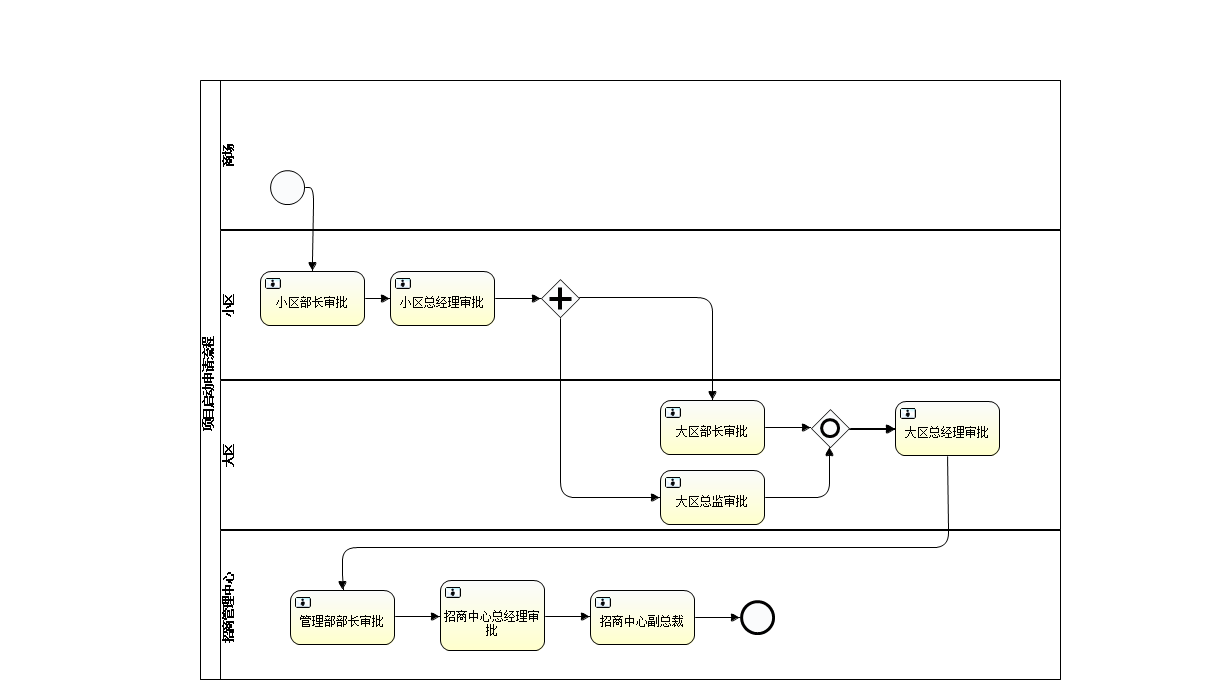
myworld88ggc/MyActivity keeps this BPMN diagram as MCActivity/src/main/resources/diagrams/2018/01/ACT_ZS_ProjectStart.png. Above is the earlier version. Its source is kept beside it as MCActivity/src/main/resources/diagrams/2018/01/ACT_ZS_ProjectStart.bpmn. Ids are renumbered. Its diagram source:
```xml
<definitions xmlns="http://www.omg.org/spec/BPMN/20100524/MODEL" xmlns:xsi="http://www.w3.org/2001/XMLSchema-instance" xmlns:xsd="http://www.w3.org/2001/XMLSchema" xmlns:activiti="http://activiti.org/bpmn" xmlns:bpmndi="http://www.omg.org/spec/BPMN/20100524/DI" xmlns:omgdc="http://www.omg.org/spec/DD/20100524/DC" xmlns:omgdi="http://www.omg.org/spec/DD/20100524/DI" typeLanguage="http://www.w3.org/2001/XMLSchema" expressionLanguage="http://www.w3.org/1999/XPath" targetNamespace="http://www.activiti.org/test">
  <collaboration id="Collaboration">
    <participant id="pool1" name="项目启动申请流程" processRef="process_pool1"></participant>
  </collaboration>
  <process id="process_pool1" name="process_pool1" isExecutable="true">
    <laneSet id="laneSet_process_pool1">
      <lane id="lane1" name="商场">
        <flowNodeRef>startevent1</flowNodeRef>
        <flowNodeRef>parallelgateway1</flowNodeRef>
        <flowNodeRef>parallelgateway1</flowNodeRef>
      </lane>
      <lane id="lane3" name="小区">
        <flowNodeRef>usertask1</flowNodeRef>
        <flowNodeRef>usertask2</flowNodeRef>
      </lane>
      <lane id="lane4" name="大区">
        <flowNodeRef>usertask4</flowNodeRef>
        <flowNodeRef>usertask5</flowNodeRef>
        <flowNodeRef>usertask3</flowNodeRef>
        <flowNodeRef>inclusivegateway1</flowNodeRef>
      </lane>
      <lane id="lane5" name="招商管理中心">
        <flowNodeRef>usertask6</flowNodeRef>
        <flowNodeRef>usertask7</flowNodeRef>
        <flowNodeRef>usertask8</flowNodeRef>
        <flowNodeRef>endevent1</flowNodeRef>
      </lane>
    </laneSet>
    <startEvent id="startevent1" name="发起"></startEvent>
    <sequenceFlow id="flow1" sourceRef="startevent1" targetRef="usertask1"></sequenceFlow>
    <userTask id="usertask1" name="小区部长审批"></userTask>
    <userTask id="usertask2" name="小区总经理审批"></userTask>
    <sequenceFlow id="flow2" sourceRef="usertask1" targetRef="usertask2"></sequenceFlow>
    <sequenceFlow id="flow3" sourceRef="usertask2" targetRef="parallelgateway1"></sequenceFlow>
    <userTask id="usertask3" name="大区部长审批"></userTask>
    <userTask id="usertask4" name="大区总监审批"></userTask>
    <parallelGateway id="parallelgateway1" name="Exclusive Gateway"></parallelGateway>
    <sequenceFlow id="flow4" sourceRef="parallelgateway1" targetRef="usertask3"></sequenceFlow>
    <sequenceFlow id="flow5" sourceRef="parallelgateway1" targetRef="usertask4"></sequenceFlow>
    <sequenceFlow id="flow6" sourceRef="usertask3" targetRef="inclusivegateway1"></sequenceFlow>
    <userTask id="usertask5" name="大区总经理审批"></userTask>
    <sequenceFlow id="flow9" sourceRef="usertask5" targetRef="usertask6"></sequenceFlow>
    <userTask id="usertask6" name="管理部部长审批"></userTask>
    <userTask id="usertask7" name="招商中心总经理审批"></userTask>
    <sequenceFlow id="flow10" sourceRef="usertask6" targetRef="usertask7"></sequenceFlow>
    <userTask id="usertask8" name="招商中心副总裁"></userTask>
    <sequenceFlow id="flow11" sourceRef="usertask7" targetRef="usertask8"></sequenceFlow>
    <endEvent id="endevent1" name="End"></endEvent>
    <sequenceFlow id="flow12" sourceRef="usertask8" targetRef="endevent1"></sequenceFlow>
    <inclusiveGateway id="inclusivegateway1" name="Exclusive Gateway"></inclusiveGateway>
    <sequenceFlow id="flow13" sourceRef="inclusivegateway1" targetRef="usertask5"></sequenceFlow>
  </process>
  <bpmndi:BPMNDiagram id="BPMNDiagram_Collaboration">
    <bpmndi:BPMNPlane bpmnElement="Collaboration" id="BPMNPlane_Collaboration">
      <bpmndi:BPMNShape bpmnElement="pool1" id="BPMNShape_pool1">
        <omgdc:Bounds height="600.0" width="861.0" x="200.0" y="80.0"></omgdc:Bounds>
      </bpmndi:BPMNShape>
      <bpmndi:BPMNShape bpmnElement="lane1" id="BPMNShape_lane1">
        <omgdc:Bounds height="150.0" width="841.0" x="220.0" y="80.0"></omgdc:Bounds>
      </bpmndi:BPMNShape>
      <bpmndi:BPMNShape bpmnElement="lane3" id="BPMNShape_lane3">
        <omgdc:Bounds height="150.0" width="841.0" x="220.0" y="230.0"></omgdc:Bounds>
      </bpmndi:BPMNShape>
      <bpmndi:BPMNShape bpmnElement="lane4" id="BPMNShape_lane4">
        <omgdc:Bounds height="150.0" width="841.0" x="220.0" y="380.0"></omgdc:Bounds>
      </bpmndi:BPMNShape>
      <bpmndi:BPMNShape bpmnElement="lane5" id="BPMNShape_lane5">
        <omgdc:Bounds height="150.0" width="841.0" x="220.0" y="530.0"></omgdc:Bounds>
      </bpmndi:BPMNShape>
      <bpmndi:BPMNShape bpmnElement="startevent1" id="BPMNShape_startevent1">
        <omgdc:Bounds height="35.0" width="35.0" x="270.0" y="170.0"></omgdc:Bounds>
      </bpmndi:BPMNShape>
      <bpmndi:BPMNShape bpmnElement="usertask1" id="BPMNShape_usertask1">
        <omgdc:Bounds height="55.0" width="105.0" x="260.0" y="271.0"></omgdc:Bounds>
      </bpmndi:BPMNShape>
      <bpmndi:BPMNShape bpmnElement="usertask2" id="BPMNShape_usertask2">
        <omgdc:Bounds height="55.0" width="105.0" x="390.0" y="271.0"></omgdc:Bounds>
      </bpmndi:BPMNShape>
      <bpmndi:BPMNShape bpmnElement="usertask3" id="BPMNShape_usertask3">
        <omgdc:Bounds height="55.0" width="105.0" x="660.0" y="400.0"></omgdc:Bounds>
      </bpmndi:BPMNShape>
      <bpmndi:BPMNShape bpmnElement="usertask4" id="BPMNShape_usertask4">
        <omgdc:Bounds height="55.0" width="105.0" x="660.0" y="470.0"></omgdc:Bounds>
      </bpmndi:BPMNShape>
      <bpmndi:BPMNShape bpmnElement="parallelgateway1" id="BPMNShape_parallelgateway1">
        <omgdc:Bounds height="40.0" width="40.0" x="540.0" y="278.0"></omgdc:Bounds>
      </bpmndi:BPMNShape>
      <bpmndi:BPMNShape bpmnElement="usertask5" id="BPMNShape_usertask5">
        <omgdc:Bounds height="55.0" width="105.0" x="895.0" y="401.0"></omgdc:Bounds>
      </bpmndi:BPMNShape>
      <bpmndi:BPMNShape bpmnElement="usertask6" id="BPMNShape_usertask6">
        <omgdc:Bounds height="55.0" width="105.0" x="290.0" y="590.0"></omgdc:Bounds>
      </bpmndi:BPMNShape>
      <bpmndi:BPMNShape bpmnElement="usertask7" id="BPMNShape_usertask7">
        <omgdc:Bounds height="71.0" width="105.0" x="440.0" y="580.0"></omgdc:Bounds>
      </bpmndi:BPMNShape>
      <bpmndi:BPMNShape bpmnElement="usertask8" id="BPMNShape_usertask8">
        <omgdc:Bounds height="55.0" width="105.0" x="590.0" y="590.0"></omgdc:Bounds>
      </bpmndi:BPMNShape>
      <bpmndi:BPMNShape bpmnElement="endevent1" id="BPMNShape_endevent1">
        <omgdc:Bounds height="35.0" width="35.0" x="740.0" y="600.0"></omgdc:Bounds>
      </bpmndi:BPMNShape>
      <bpmndi:BPMNShape bpmnElement="inclusivegateway1" id="BPMNShape_inclusivegateway1">
        <omgdc:Bounds height="40.0" width="40.0" x="810.0" y="408.0"></omgdc:Bounds>
      </bpmndi:BPMNShape>
      <bpmndi:BPMNEdge bpmnElement="flow1" id="BPMNEdge_flow1">
        <omgdi:waypoint x="305.0" y="187.0"></omgdi:waypoint>
        <omgdi:waypoint x="313.0" y="187.0"></omgdi:waypoint>
        <omgdi:waypoint x="312.0" y="271.0"></omgdi:waypoint>
      </bpmndi:BPMNEdge>
      <bpmndi:BPMNEdge bpmnElement="flow2" id="BPMNEdge_flow2">
        <omgdi:waypoint x="365.0" y="298.0"></omgdi:waypoint>
        <omgdi:waypoint x="390.0" y="298.0"></omgdi:waypoint>
      </bpmndi:BPMNEdge>
      <bpmndi:BPMNEdge bpmnElement="flow3" id="BPMNEdge_flow3">
        <omgdi:waypoint x="495.0" y="298.0"></omgdi:waypoint>
        <omgdi:waypoint x="540.0" y="298.0"></omgdi:waypoint>
      </bpmndi:BPMNEdge>
      <bpmndi:BPMNEdge bpmnElement="flow4" id="BPMNEdge_flow4">
        <omgdi:waypoint x="580.0" y="298.0"></omgdi:waypoint>
        <omgdi:waypoint x="712.0" y="297.0"></omgdi:waypoint>
        <omgdi:waypoint x="712.0" y="400.0"></omgdi:waypoint>
      </bpmndi:BPMNEdge>
      <bpmndi:BPMNEdge bpmnElement="flow5" id="BPMNEdge_flow5">
        <omgdi:waypoint x="560.0" y="318.0"></omgdi:waypoint>
        <omgdi:waypoint x="560.0" y="497.0"></omgdi:waypoint>
        <omgdi:waypoint x="660.0" y="497.0"></omgdi:waypoint>
      </bpmndi:BPMNEdge>
      <bpmndi:BPMNEdge bpmnElement="flow6" id="BPMNEdge_flow6">
        <omgdi:waypoint x="765.0" y="427.0"></omgdi:waypoint>
        <omgdi:waypoint x="810.0" y="428.0"></omgdi:waypoint>
      </bpmndi:BPMNEdge>
      <bpmndi:BPMNEdge bpmnElement="flow9" id="BPMNEdge_flow9">
        <omgdi:waypoint x="947.0" y="456.0"></omgdi:waypoint>
        <omgdi:waypoint x="948.0" y="547.0"></omgdi:waypoint>
        <omgdi:waypoint x="341.0" y="547.0"></omgdi:waypoint>
        <omgdi:waypoint x="342.0" y="590.0"></omgdi:waypoint>
      </bpmndi:BPMNEdge>
      <bpmndi:BPMNEdge bpmnElement="flow10" id="BPMNEdge_flow10">
        <omgdi:waypoint x="395.0" y="617.0"></omgdi:waypoint>
        <omgdi:waypoint x="440.0" y="615.0"></omgdi:waypoint>
      </bpmndi:BPMNEdge>
      <bpmndi:BPMNEdge bpmnElement="flow11" id="BPMNEdge_flow11">
        <omgdi:waypoint x="545.0" y="615.0"></omgdi:waypoint>
        <omgdi:waypoint x="590.0" y="617.0"></omgdi:waypoint>
      </bpmndi:BPMNEdge>
      <bpmndi:BPMNEdge bpmnElement="flow12" id="BPMNEdge_flow12">
        <omgdi:waypoint x="695.0" y="617.0"></omgdi:waypoint>
        <omgdi:waypoint x="740.0" y="617.0"></omgdi:waypoint>
      </bpmndi:BPMNEdge>
      <bpmndi:BPMNEdge bpmnElement="flow13" id="BPMNEdge_flow13">
        <omgdi:waypoint x="850.0" y="428.0"></omgdi:waypoint>
        <omgdi:waypoint x="895.0" y="428.0"></omgdi:waypoint>
      </bpmndi:BPMNEdge>
    </bpmndi:BPMNPlane>
  </bpmndi:BPMNDiagram>
</definitions>
```
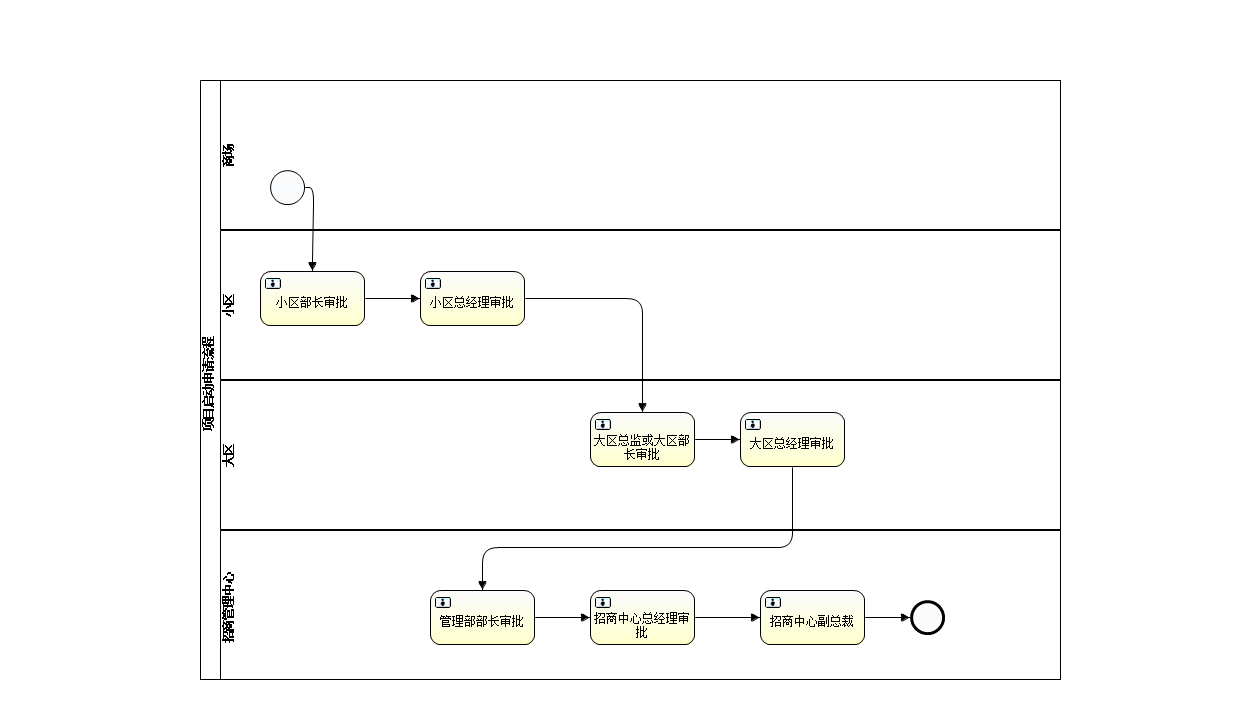
After the commit.

The edit, as a diff of the source:
```diff
@@ -16,8 +16,6 @@
       <lane id="lane4" name="大区">
         <flowNodeRef>usertask4</flowNodeRef>
         <flowNodeRef>usertask5</flowNodeRef>
-        <flowNodeRef>usertask3</flowNodeRef>
-        <flowNodeRef>inclusivegateway1</flowNodeRef>
       </lane>
       <lane id="lane5" name="招商管理中心">
         <flowNodeRef>usertask6</flowNodeRef>
@@ -31,13 +29,8 @@
     <userTask id="usertask1" name="小区部长审批"></userTask>
     <userTask id="usertask2" name="小区总经理审批"></userTask>
     <sequenceFlow id="flow2" sourceRef="usertask1" targetRef="usertask2"></sequenceFlow>
-    <sequenceFlow id="flow3" sourceRef="usertask2" targetRef="parallelgateway1"></sequenceFlow>
-    <userTask id="usertask3" name="大区部长审批"></userTask>
-    <userTask id="usertask4" name="大区总监审批"></userTask>
+    <userTask id="usertask4" name="大区总监或大区部长审批"></userTask>
     <parallelGateway id="parallelgateway1" name="Exclusive Gateway"></parallelGateway>
-    <sequenceFlow id="flow4" sourceRef="parallelgateway1" targetRef="usertask3"></sequenceFlow>
-    <sequenceFlow id="flow5" sourceRef="parallelgateway1" targetRef="usertask4"></sequenceFlow>
-    <sequenceFlow id="flow6" sourceRef="usertask3" targetRef="inclusivegateway1"></sequenceFlow>
     <userTask id="usertask5" name="大区总经理审批"></userTask>
     <sequenceFlow id="flow9" sourceRef="usertask5" targetRef="usertask6"></sequenceFlow>
     <userTask id="usertask6" name="管理部部长审批"></userTask>
@@ -47,8 +40,8 @@
     <sequenceFlow id="flow11" sourceRef="usertask7" targetRef="usertask8"></sequenceFlow>
     <endEvent id="endevent1" name="End"></endEvent>
     <sequenceFlow id="flow12" sourceRef="usertask8" targetRef="endevent1"></sequenceFlow>
-    <inclusiveGateway id="inclusivegateway1" name="Exclusive Gateway"></inclusiveGateway>
-    <sequenceFlow id="flow13" sourceRef="inclusivegateway1" targetRef="usertask5"></sequenceFlow>
+    <sequenceFlow id="flow13" sourceRef="usertask2" targetRef="usertask4"></sequenceFlow>
+    <sequenceFlow id="flow14" sourceRef="usertask4" targetRef="usertask5"></sequenceFlow>
   </process>
   <bpmndi:BPMNDiagram id="BPMNDiagram_Collaboration">
     <bpmndi:BPMNPlane bpmnElement="Collaboration" id="BPMNPlane_Collaboration">
@@ -74,34 +67,28 @@
         <omgdc:Bounds height="55.0" width="105.0" x="260.0" y="271.0"></omgdc:Bounds>
       </bpmndi:BPMNShape>
       <bpmndi:BPMNShape bpmnElement="usertask2" id="BPMNShape_usertask2">
-        <omgdc:Bounds height="55.0" width="105.0" x="390.0" y="271.0"></omgdc:Bounds>
-      </bpmndi:BPMNShape>
-      <bpmndi:BPMNShape bpmnElement="usertask3" id="BPMNShape_usertask3">
-        <omgdc:Bounds height="55.0" width="105.0" x="660.0" y="400.0"></omgdc:Bounds>
+        <omgdc:Bounds height="55.0" width="105.0" x="420.0" y="271.0"></omgdc:Bounds>
       </bpmndi:BPMNShape>
       <bpmndi:BPMNShape bpmnElement="usertask4" id="BPMNShape_usertask4">
-        <omgdc:Bounds height="55.0" width="105.0" x="660.0" y="470.0"></omgdc:Bounds>
+        <omgdc:Bounds height="55.0" width="105.0" x="590.0" y="412.0"></omgdc:Bounds>
       </bpmndi:BPMNShape>
       <bpmndi:BPMNShape bpmnElement="parallelgateway1" id="BPMNShape_parallelgateway1">
         <omgdc:Bounds height="40.0" width="40.0" x="540.0" y="278.0"></omgdc:Bounds>
       </bpmndi:BPMNShape>
       <bpmndi:BPMNShape bpmnElement="usertask5" id="BPMNShape_usertask5">
-        <omgdc:Bounds height="55.0" width="105.0" x="895.0" y="401.0"></omgdc:Bounds>
+        <omgdc:Bounds height="55.0" width="105.0" x="740.0" y="412.0"></omgdc:Bounds>
       </bpmndi:BPMNShape>
       <bpmndi:BPMNShape bpmnElement="usertask6" id="BPMNShape_usertask6">
-        <omgdc:Bounds height="55.0" width="105.0" x="290.0" y="590.0"></omgdc:Bounds>
+        <omgdc:Bounds height="55.0" width="105.0" x="430.0" y="590.0"></omgdc:Bounds>
       </bpmndi:BPMNShape>
       <bpmndi:BPMNShape bpmnElement="usertask7" id="BPMNShape_usertask7">
-        <omgdc:Bounds height="71.0" width="105.0" x="440.0" y="580.0"></omgdc:Bounds>
+        <omgdc:Bounds height="55.0" width="105.0" x="590.0" y="590.0"></omgdc:Bounds>
       </bpmndi:BPMNShape>
       <bpmndi:BPMNShape bpmnElement="usertask8" id="BPMNShape_usertask8">
-        <omgdc:Bounds height="55.0" width="105.0" x="590.0" y="590.0"></omgdc:Bounds>
+        <omgdc:Bounds height="55.0" width="105.0" x="760.0" y="590.0"></omgdc:Bounds>
       </bpmndi:BPMNShape>
       <bpmndi:BPMNShape bpmnElement="endevent1" id="BPMNShape_endevent1">
-        <omgdc:Bounds height="35.0" width="35.0" x="740.0" y="600.0"></omgdc:Bounds>
-      </bpmndi:BPMNShape>
-      <bpmndi:BPMNShape bpmnElement="inclusivegateway1" id="BPMNShape_inclusivegateway1">
-        <omgdc:Bounds height="40.0" width="40.0" x="810.0" y="408.0"></omgdc:Bounds>
+        <omgdc:Bounds height="35.0" width="35.0" x="910.0" y="600.0"></omgdc:Bounds>
       </bpmndi:BPMNShape>
       <bpmndi:BPMNEdge bpmnElement="flow1" id="BPMNEdge_flow1">
         <omgdi:waypoint x="305.0" y="187.0"></omgdi:waypoint>
@@ -110,47 +97,34 @@
       </bpmndi:BPMNEdge>
       <bpmndi:BPMNEdge bpmnElement="flow2" id="BPMNEdge_flow2">
         <omgdi:waypoint x="365.0" y="298.0"></omgdi:waypoint>
-        <omgdi:waypoint x="390.0" y="298.0"></omgdi:waypoint>
-      </bpmndi:BPMNEdge>
-      <bpmndi:BPMNEdge bpmnElement="flow3" id="BPMNEdge_flow3">
-        <omgdi:waypoint x="495.0" y="298.0"></omgdi:waypoint>
-        <omgdi:waypoint x="540.0" y="298.0"></omgdi:waypoint>
-      </bpmndi:BPMNEdge>
-      <bpmndi:BPMNEdge bpmnElement="flow4" id="BPMNEdge_flow4">
-        <omgdi:waypoint x="580.0" y="298.0"></omgdi:waypoint>
-        <omgdi:waypoint x="712.0" y="297.0"></omgdi:waypoint>
-        <omgdi:waypoint x="712.0" y="400.0"></omgdi:waypoint>
-      </bpmndi:BPMNEdge>
-      <bpmndi:BPMNEdge bpmnElement="flow5" id="BPMNEdge_flow5">
-        <omgdi:waypoint x="560.0" y="318.0"></omgdi:waypoint>
-        <omgdi:waypoint x="560.0" y="497.0"></omgdi:waypoint>
-        <omgdi:waypoint x="660.0" y="497.0"></omgdi:waypoint>
-      </bpmndi:BPMNEdge>
-      <bpmndi:BPMNEdge bpmnElement="flow6" id="BPMNEdge_flow6">
-        <omgdi:waypoint x="765.0" y="427.0"></omgdi:waypoint>
-        <omgdi:waypoint x="810.0" y="428.0"></omgdi:waypoint>
+        <omgdi:waypoint x="420.0" y="298.0"></omgdi:waypoint>
       </bpmndi:BPMNEdge>
       <bpmndi:BPMNEdge bpmnElement="flow9" id="BPMNEdge_flow9">
-        <omgdi:waypoint x="947.0" y="456.0"></omgdi:waypoint>
-        <omgdi:waypoint x="948.0" y="547.0"></omgdi:waypoint>
-        <omgdi:waypoint x="341.0" y="547.0"></omgdi:waypoint>
-        <omgdi:waypoint x="342.0" y="590.0"></omgdi:waypoint>
+        <omgdi:waypoint x="792.0" y="467.0"></omgdi:waypoint>
+        <omgdi:waypoint x="792.0" y="547.0"></omgdi:waypoint>
+        <omgdi:waypoint x="482.0" y="547.0"></omgdi:waypoint>
+        <omgdi:waypoint x="482.0" y="590.0"></omgdi:waypoint>
       </bpmndi:BPMNEdge>
       <bpmndi:BPMNEdge bpmnElement="flow10" id="BPMNEdge_flow10">
-        <omgdi:waypoint x="395.0" y="617.0"></omgdi:waypoint>
-        <omgdi:waypoint x="440.0" y="615.0"></omgdi:waypoint>
+        <omgdi:waypoint x="535.0" y="617.0"></omgdi:waypoint>
+        <omgdi:waypoint x="590.0" y="617.0"></omgdi:waypoint>
       </bpmndi:BPMNEdge>
       <bpmndi:BPMNEdge bpmnElement="flow11" id="BPMNEdge_flow11">
-        <omgdi:waypoint x="545.0" y="615.0"></omgdi:waypoint>
-        <omgdi:waypoint x="590.0" y="617.0"></omgdi:waypoint>
+        <omgdi:waypoint x="695.0" y="617.0"></omgdi:waypoint>
+        <omgdi:waypoint x="760.0" y="617.0"></omgdi:waypoint>
       </bpmndi:BPMNEdge>
       <bpmndi:BPMNEdge bpmnElement="flow12" id="BPMNEdge_flow12">
-        <omgdi:waypoint x="695.0" y="617.0"></omgdi:waypoint>
-        <omgdi:waypoint x="740.0" y="617.0"></omgdi:waypoint>
+        <omgdi:waypoint x="865.0" y="617.0"></omgdi:waypoint>
+        <omgdi:waypoint x="910.0" y="617.0"></omgdi:waypoint>
       </bpmndi:BPMNEdge>
       <bpmndi:BPMNEdge bpmnElement="flow13" id="BPMNEdge_flow13">
-        <omgdi:waypoint x="850.0" y="428.0"></omgdi:waypoint>
-        <omgdi:waypoint x="895.0" y="428.0"></omgdi:waypoint>
+        <omgdi:waypoint x="525.0" y="298.0"></omgdi:waypoint>
+        <omgdi:waypoint x="642.0" y="298.0"></omgdi:waypoint>
+        <omgdi:waypoint x="642.0" y="412.0"></omgdi:waypoint>
+      </bpmndi:BPMNEdge>
+      <bpmndi:BPMNEdge bpmnElement="flow14" id="BPMNEdge_flow14">
+        <omgdi:waypoint x="695.0" y="439.0"></omgdi:waypoint>
+        <omgdi:waypoint x="740.0" y="439.0"></omgdi:waypoint>
       </bpmndi:BPMNEdge>
     </bpmndi:BPMNPlane>
   </bpmndi:BPMNDiagram>
```
